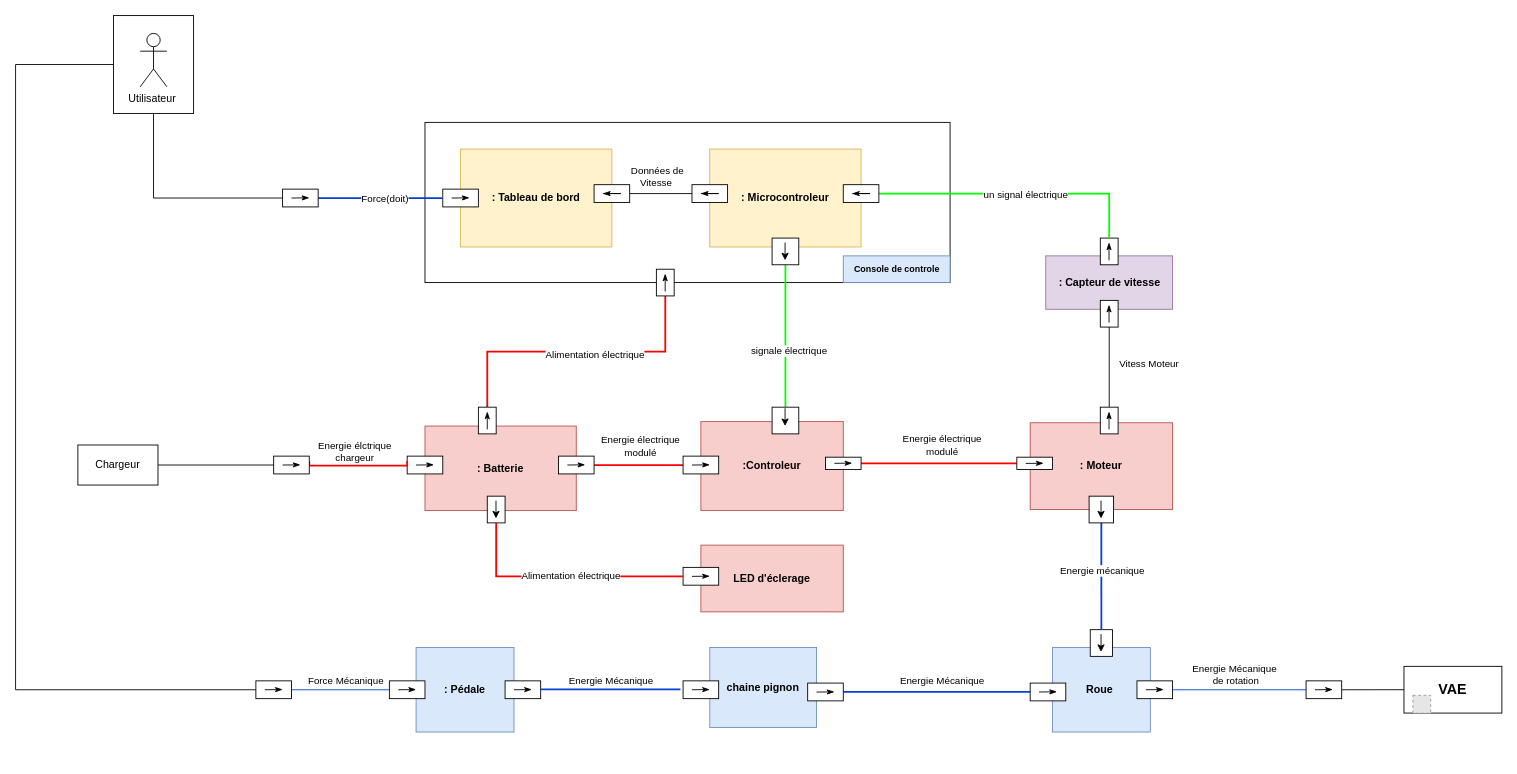
This is diagramme de bloc interne.drawio from zakaria-bak/VAE-Velo-Assistance-Electrique--SysML-diagrams, a draw.io file, before an edit. Source tidied: cells renumbered, new cells numbered last; positions are measured from the earlier drawing's top-left corner, leaving out a move shared by most shapes. Both pictures are drawn from the tidied source at 89%, with x=0, y=0 at pixel (15, 15). Pictures stored in the file or linked from it are replaced by grey dashed boxes.
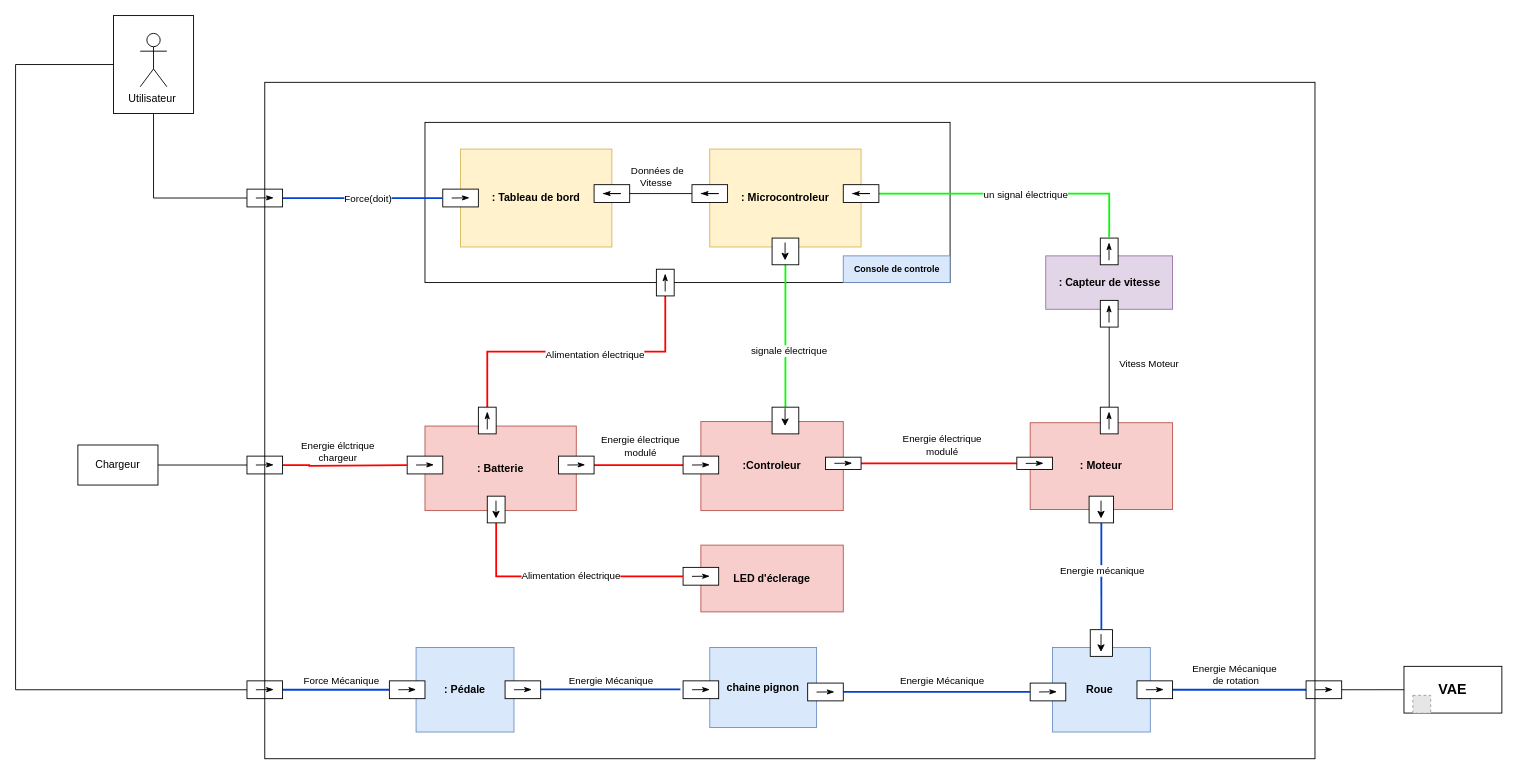
After the change.

Unchanged cells that the change refers to:
```xml
<mxCell id="23" style="rounded=0;whiteSpace=wrap;html=1;shadow=0;" parent="1" vertex="1">
  <mxGeometry x="440" y="495" width="40" height="20" as="geometry" />
</mxCell>
<mxCell id="25" style="rounded=0;whiteSpace=wrap;html=1;shadow=0;" parent="1" vertex="1">
  <mxGeometry x="420" y="747.5" width="40" height="20" as="geometry" />
</mxCell>
<mxCell id="104" style="rounded=0;whiteSpace=wrap;html=1;shadow=0;" parent="1" vertex="1">
  <mxGeometry x="1260" y="747.5" width="40" height="20" as="geometry" />
</mxCell>
<mxCell id="107" style="rounded=0;whiteSpace=wrap;html=1;shadow=0;" parent="1" vertex="1">
  <mxGeometry x="1450" y="747.5" width="40" height="20" as="geometry" />
</mxCell>
```

Diff of the diagram source:
```diff
@@
     <mxCell id="19" style="rounded=0;whiteSpace=wrap;html=1;shadow=0;" parent="1" vertex="1">
-      <mxGeometry x="300" y="195" width="40" height="20" as="geometry" />
+      <mxGeometry x="260" y="195" width="40" height="20" as="geometry" />
     </mxCell>
     <mxCell id="20" style="endArrow=classicThin;html=1;rounded=0;endFill=1;shadow=0;" parent="1" edge="1">
       <mxGeometry relative="1" as="geometry">
-        <mxPoint x="310" y="205" as="sourcePoint" />
-        <mxPoint x="330" y="204.8" as="targetPoint" />
+        <mxPoint x="270" y="205" as="sourcePoint" />
+        <mxPoint x="290" y="204.8" as="targetPoint" />
       </mxGeometry>
     </mxCell>
@@
-    <mxCell id="36" style="edgeStyle=orthogonalEdgeStyle;rounded=0;orthogonalLoop=1;jettySize=auto;html=1;exitX=1;exitY=0.5;exitDx=0;exitDy=0;entryX=0;entryY=0.5;entryDx=0;entryDy=0;endArrow=none;endFill=0;strokeWidth=2;strokeColor=#ff0000;" parent="1" edge="1">
+    <mxCell id="36" style="edgeStyle=orthogonalEdgeStyle;rounded=0;jettySize=auto;html=1;exitX=1;exitY=0.5;exitDx=0;exitDy=0;entryX=0;entryY=0.5;entryDx=0;entryDy=0;endArrow=none;endFill=0;strokeWidth=2;strokeColor=#ff0000;" parent="1" edge="1" source="85" target="23">
       <mxGeometry relative="1" as="geometry">
-        <mxPoint x="330" y="500.6" as="sourcePoint" />
-        <mxPoint x="440" y="500.6" as="targetPoint" />
         <Array as="points">
-          <mxPoint x="330" y="505.6" />
-          <mxPoint x="440" y="505.6" />
+          <mxPoint x="330" y="505" />
+          <mxPoint x="440" y="506" />
         </Array>
       </mxGeometry>
     </mxCell>
@@
-    <mxCell id="38" style="edgeStyle=orthogonalEdgeStyle;rounded=0;jettySize=auto;html=1;exitX=1;exitY=0.5;exitDx=0;exitDy=0;entryX=0;entryY=0.5;entryDx=0;entryDy=0;endArrow=none;endFill=0;strokeColor=#0442d2;" parent="1" edge="1" source="87" target="25">
+    <mxCell id="38" style="edgeStyle=orthogonalEdgeStyle;rounded=0;jettySize=auto;html=1;exitX=1;exitY=0.5;exitDx=0;exitDy=0;entryX=0;entryY=0.5;entryDx=0;entryDy=0;endArrow=none;endFill=0;strokeColor=#0442d2;strokeWidth=2;" parent="1" edge="1" source="87" target="25">
       <mxGeometry relative="1" as="geometry" />
     </mxCell>
@@
     <mxCell id="85" style="rounded=0;whiteSpace=wrap;html=1;shadow=0;" parent="1" vertex="1">
-      <mxGeometry x="290" y="495" width="40" height="20" as="geometry" />
+      <mxGeometry x="260" y="495" width="40" height="20" as="geometry" />
     </mxCell>
     <mxCell id="86" style="endArrow=classicThin;html=1;rounded=0;endFill=1;shadow=0;" parent="1" edge="1">
       <mxGeometry relative="1" as="geometry">
-        <mxPoint x="300" y="505" as="sourcePoint" />
-        <mxPoint x="320" y="504.8" as="targetPoint" />
+        <mxPoint x="270" y="505" as="sourcePoint" />
+        <mxPoint x="290" y="504.8" as="targetPoint" />
       </mxGeometry>
     </mxCell>
     <mxCell id="87" style="rounded=0;whiteSpace=wrap;html=1;shadow=0;" parent="1" vertex="1">
-      <mxGeometry x="270" y="747.5" width="40" height="20" as="geometry" />
+      <mxGeometry x="260" y="747.5" width="40" height="20" as="geometry" />
     </mxCell>
     <mxCell id="88" style="endArrow=classicThin;html=1;rounded=0;endFill=1;shadow=0;" parent="1" edge="1">
       <mxGeometry relative="1" as="geometry">
-        <mxPoint x="280" y="757.5" as="sourcePoint" />
-        <mxPoint x="300" y="757.3" as="targetPoint" />
+        <mxPoint x="270" y="757.5" as="sourcePoint" />
+        <mxPoint x="290" y="757.3" as="targetPoint" />
       </mxGeometry>
     </mxCell>
@@
-    <mxCell id="103" style="edgeStyle=orthogonalEdgeStyle;rounded=0;jettySize=auto;html=1;exitX=1;exitY=0.5;exitDx=0;exitDy=0;entryX=0;entryY=0.5;entryDx=0;entryDy=0;endArrow=none;endFill=0;strokeColor=#0442d2;" parent="1" edge="1" source="104" target="107">
+    <mxCell id="103" style="edgeStyle=orthogonalEdgeStyle;rounded=0;jettySize=auto;html=1;exitX=1;exitY=0.5;exitDx=0;exitDy=0;entryX=0;entryY=0.5;entryDx=0;entryDy=0;endArrow=none;endFill=0;strokeColor=#0442d2;strokeWidth=2;" parent="1" edge="1" source="104" target="107">
       <mxGeometry relative="1" as="geometry" />
     </mxCell>
@@
+    <mxCell id="113" style="rounded=0;whiteSpace=wrap;html=1;fillColor=none;" parent="1" vertex="1">
+      <mxGeometry x="280" y="75" width="1180" height="760" as="geometry" />
+    </mxCell>
```
